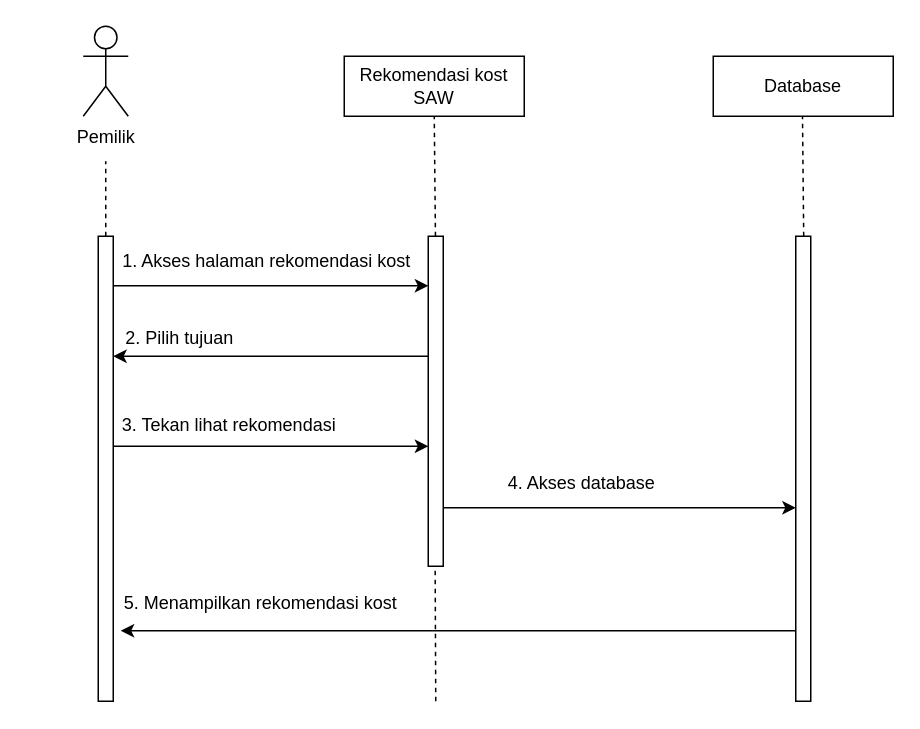
HANNN-YOLO/skripsi keeps this draw.io diagram as page "S.REKOMENDASI KOST" (19 of 21) of USE CASE KOST SAW TERBARU.drawio. Above is the earlier version. Source tidied: cells renumbered, new cells numbered last; positions are measured from the earlier drawing's top-left corner, leaving out a move shared by most shapes. Both pictures are drawn from the tidied source at 150%, with x=0, y=0 at pixel (26, 26).
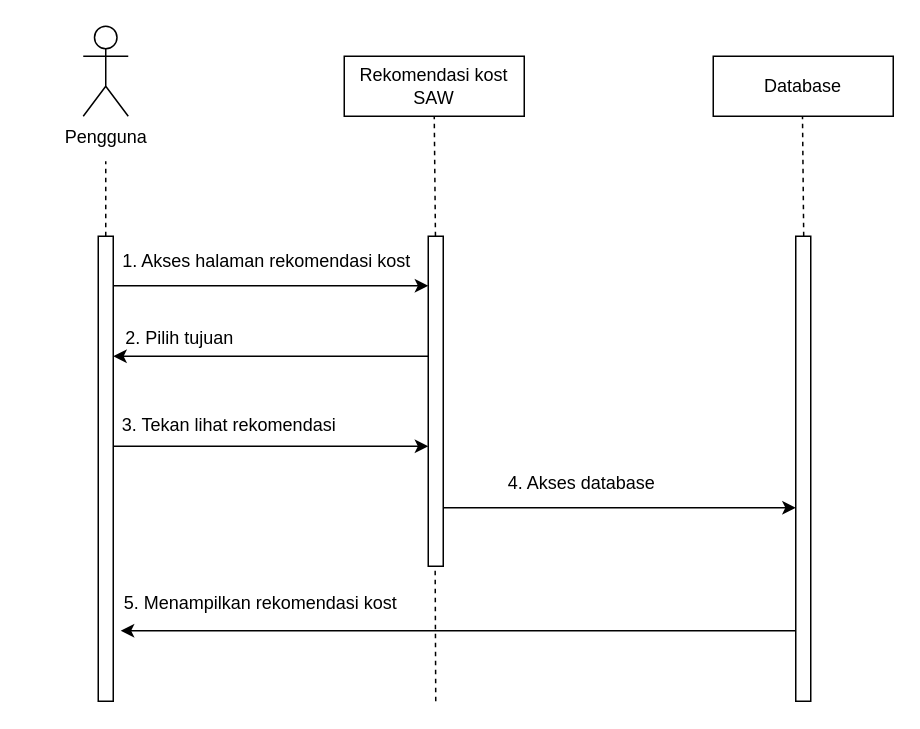
The same page after the edit.

Diff of the diagram source:
```diff
@@
-    <mxCell id="2" value="Pemilik" style="shape=umlActor;verticalLabelPosition=bottom;verticalAlign=top;html=1;" parent="1" vertex="1">
+    <mxCell id="2" value="Pengguna" style="shape=umlActor;verticalLabelPosition=bottom;verticalAlign=top;html=1;" parent="1" vertex="1">
       <mxGeometry x="38" width="30" height="60" as="geometry" />
     </mxCell>
```
